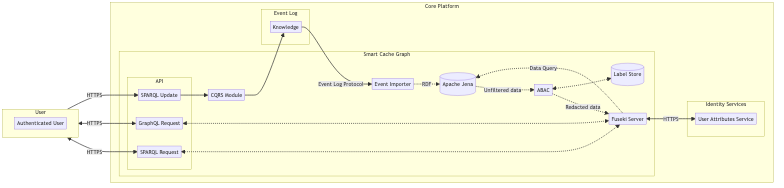
Earlier version of the Mermaid export docs/images/logical_diagram.png (telicent-oss/smart-cache-graph). Its source is kept beside it as docs/diagrams/logical_diagram.mmd.
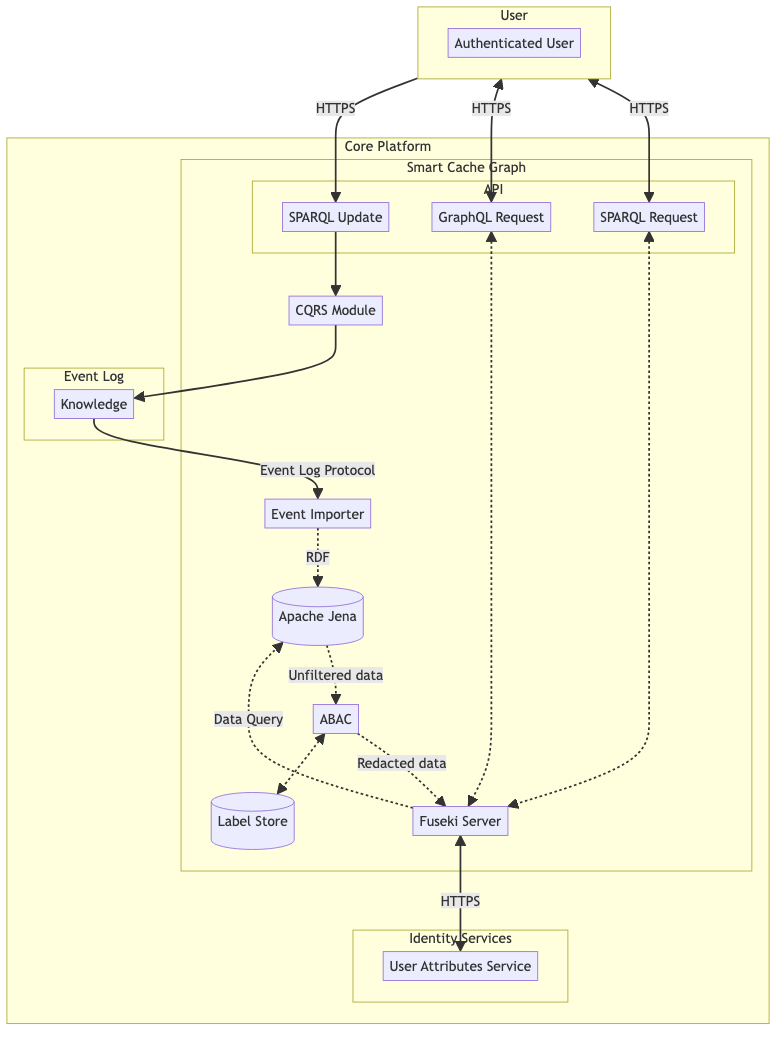
Above is the later version.

Change to the diagram source:
```diff
@@ -1,4 +1,4 @@
-graph LR
+graph TD
     subgraph User
         Authenticated["Authenticated User"]
     end
```
